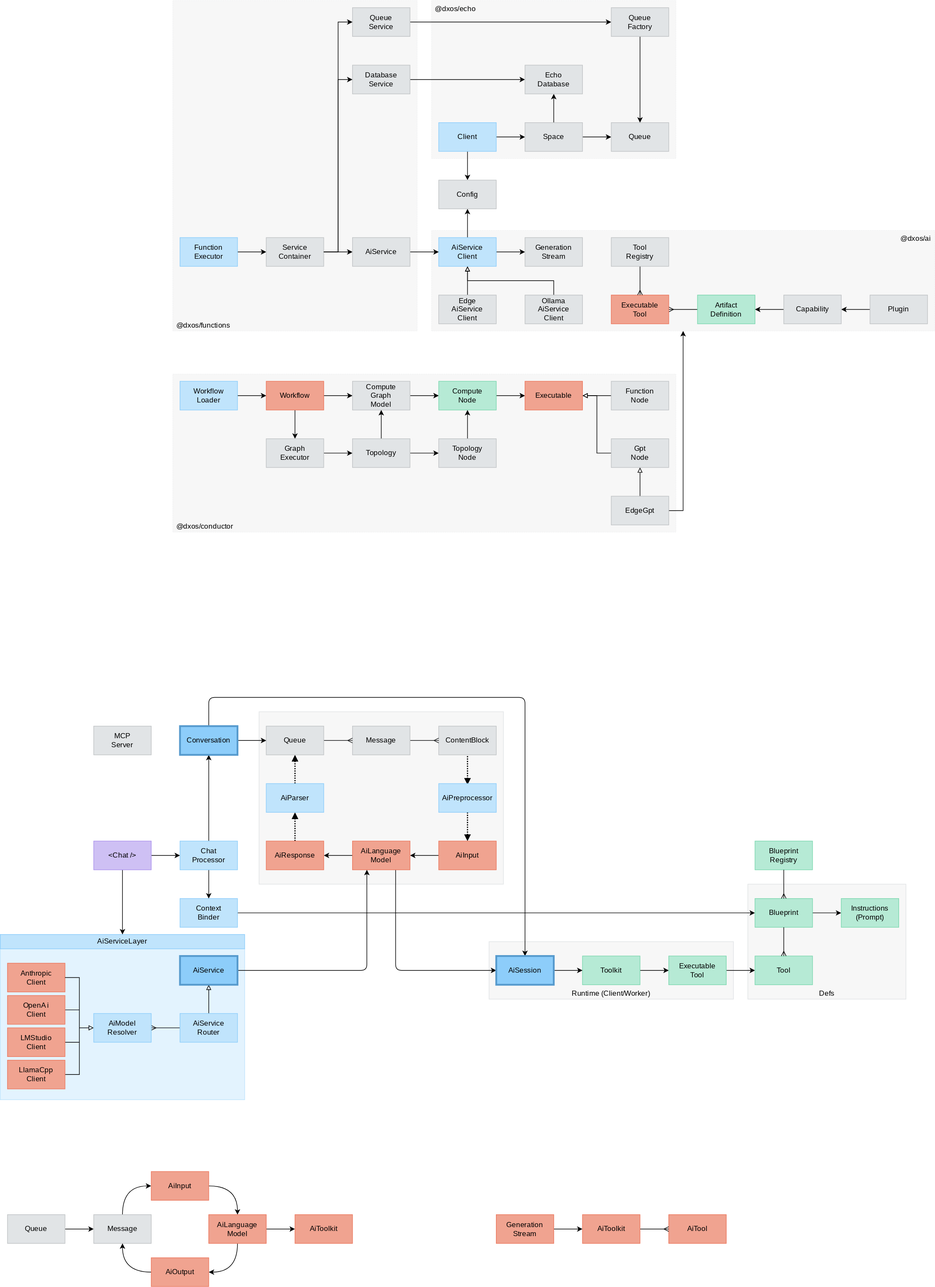
This is packages/core/ai/docs/ai.drawio.svg from dxos/dxos, a draw.io export, as it was before one commit. Source tidied: cells renumbered, new cells last; positions are measured from the earlier drawing's top-left corner, leaving out a move shared by most shapes.
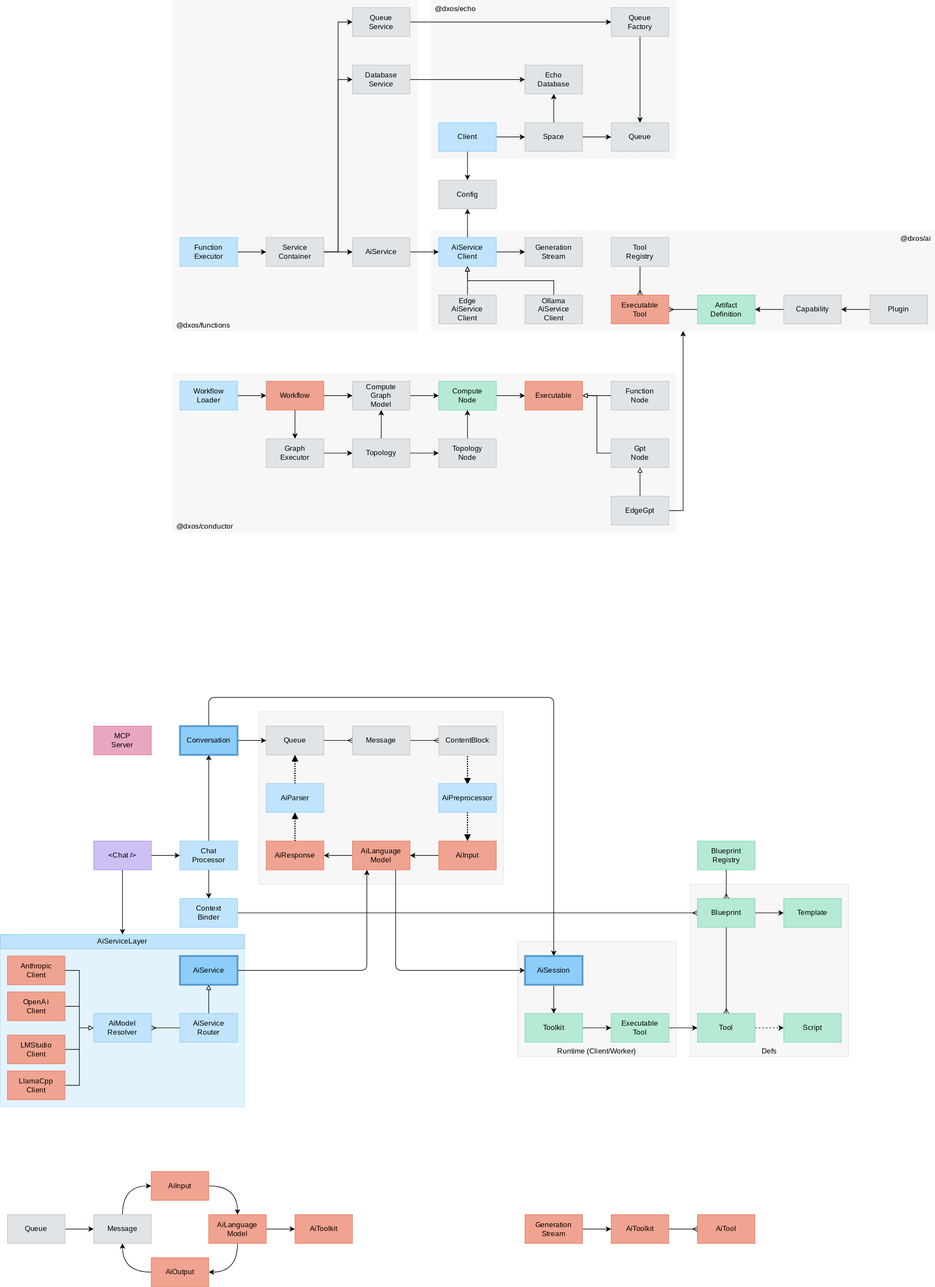
After the change.

Commit message:
docs: update AI architecture diagram with revised component layout

The edit, as a diff of the source:
```diff
@@ -6,13 +6,13 @@
       <mxGeometry x="432" y="1188" width="408" height="288" as="geometry" />
     </mxCell>
     <mxCell id="3" value="Defs" style="rounded=0;whiteSpace=wrap;html=1;fontFamily=Space Grotesk;fontSource=https%3A%2F%2Ffonts.googleapis.com%2Fcss%3Ffamily%3DSpace%2BGrotesk;fillColor=#F7F7F7;fontColor=#000000;strokeColor=#E1E4E6;verticalAlign=bottom;" parent="1" vertex="1">
-      <mxGeometry x="1248" y="1476" width="264" height="192" as="geometry" />
+      <mxGeometry x="1152" y="1476" width="264" height="288" as="geometry" />
     </mxCell>
     <mxCell id="4" value="&lt;span style=&quot;color: rgb(0, 0, 0);&quot;&gt;Runtime (Client/Worker)&lt;/span&gt;" style="rounded=0;whiteSpace=wrap;html=1;fontFamily=Space Grotesk;fontSource=https%3A%2F%2Ffonts.googleapis.com%2Fcss%3Ffamily%3DSpace%2BGrotesk;fillColor=#F7F7F7;fontColor=#000000;strokeColor=#E1E4E6;verticalAlign=bottom;" parent="1" vertex="1">
-      <mxGeometry x="816" y="1572" width="408" height="96" as="geometry" />
+      <mxGeometry x="864" y="1572" width="264" height="192" as="geometry" />
     </mxCell>
     <mxCell id="5" style="rounded=0;whiteSpace=wrap;html=1;fontFamily=Space Grotesk;fontSource=https%3A%2F%2Ffonts.googleapis.com%2Fcss%3Ffamily%3DSpace%2BGrotesk;fillColor=#E3F3FE;fontColor=#000000;strokeColor=#C0E4FC;" parent="1" vertex="1">
-      <mxGeometry y="1584" width="408" height="252" as="geometry" />
+      <mxGeometry y="1584" width="408" height="264" as="geometry" />
     </mxCell>
     <mxCell id="6" value="@dxos/conductor" style="rounded=0;whiteSpace=wrap;html=1;fontFamily=Space Grotesk;fontSource=https%3A%2F%2Ffonts.googleapis.com%2Fcss%3Ffamily%3DSpace%2BGrotesk;verticalAlign=bottom;fillColor=#F7F7F7;dashed=1;strokeWidth=0.5;align=left;spacingLeft=4;spacingRight=4;fontColor=#000000;strokeColor=#E1E4E6;" parent="1" vertex="1">
       <mxGeometry x="288" y="624" width="840" height="264" as="geometry" />
@@ -244,13 +244,13 @@
       <mxGeometry x="1020" y="396" width="96" height="48" as="geometry" />
     </mxCell>
     <mxCell id="74" value="AiTool" style="rounded=0;whiteSpace=wrap;html=1;fontFamily=Space Grotesk;fontSource=https%3A%2F%2Ffonts.googleapis.com%2Fcss%3Ffamily%3DSpace%2BGrotesk;fillColor=#F0A390;fontColor=#000000;strokeColor=#EB785E;" parent="1" vertex="1">
-      <mxGeometry x="1116" y="2028" width="96" height="48" as="geometry" />
+      <mxGeometry x="1164" y="2028" width="96" height="48" as="geometry" />
     </mxCell>
     <mxCell id="75" style="edgeStyle=none;html=1;exitX=1;exitY=0.5;exitDx=0;exitDy=0;endArrow=ERmany;endFill=0;" parent="1" edge="1" source="76" target="74">
       <mxGeometry relative="1" as="geometry" />
     </mxCell>
     <mxCell id="76" value="AiToolkit" style="rounded=0;whiteSpace=wrap;html=1;fontFamily=Space Grotesk;fontSource=https%3A%2F%2Ffonts.googleapis.com%2Fcss%3Ffamily%3DSpace%2BGrotesk;fillColor=#F0A390;fontColor=#000000;strokeColor=#EB785E;" parent="1" vertex="1">
-      <mxGeometry x="972" y="2028" width="96" height="48" as="geometry" />
+      <mxGeometry x="1020" y="2028" width="96" height="48" as="geometry" />
     </mxCell>
     <mxCell id="77" style="edgeStyle=none;html=1;" parent="1" edge="1" source="80" target="99">
       <mxGeometry relative="1" as="geometry" />
@@ -272,7 +272,7 @@
       <mxGeometry relative="1" as="geometry" />
     </mxCell>
     <mxCell id="82" value="Generation&lt;br&gt;Stream" style="rounded=0;whiteSpace=wrap;html=1;fontFamily=Space Grotesk;fontSource=https%3A%2F%2Ffonts.googleapis.com%2Fcss%3Ffamily%3DSpace%2BGrotesk;fillColor=#F0A390;fontColor=#000000;strokeColor=#EB785E;" parent="1" vertex="1">
-      <mxGeometry x="828" y="2028" width="96" height="48" as="geometry" />
+      <mxGeometry x="876" y="2028" width="96" height="48" as="geometry" />
     </mxCell>
     <mxCell id="83" style="edgeStyle=none;html=1;exitX=0;exitY=0.5;exitDx=0;exitDy=0;startArrow=block;startFill=0;endArrow=none;endFill=0;" parent="1" edge="1" source="133">
       <mxGeometry relative="1" as="geometry">
@@ -280,23 +280,23 @@
       </mxGeometry>
     </mxCell>
     <mxCell id="84" value="Anthropic&lt;br&gt;Client" style="rounded=0;whiteSpace=wrap;html=1;fontFamily=Space Grotesk;fontSource=https%3A%2F%2Ffonts.googleapis.com%2Fcss%3Ffamily%3DSpace%2BGrotesk;fillColor=#F0A390;fontColor=#000000;strokeColor=#EB785E;" parent="1" vertex="1">
-      <mxGeometry x="12" y="1608" width="96" height="48" as="geometry" />
+      <mxGeometry x="12" y="1596" width="96" height="48" as="geometry" />
     </mxCell>
     <mxCell id="85" style="edgeStyle=none;html=1;entryX=1;entryY=0.5;entryDx=0;entryDy=0;rounded=0;curved=0;startArrow=none;startFill=0;endArrow=none;endFill=0;" parent="1" edge="1" source="137" target="84">
       <mxGeometry relative="1" as="geometry">
         <Array as="points">
-          <mxPoint x="132" y="1794" />
-          <mxPoint x="132" y="1632" />
+          <mxPoint x="132" y="1812" />
+          <mxPoint x="132" y="1620" />
         </Array>
       </mxGeometry>
     </mxCell>
     <mxCell id="86" style="edgeStyle=none;html=1;exitX=1;exitY=0.5;exitDx=0;exitDy=0;endArrow=none;endFill=0;" parent="1" edge="1" source="87">
       <mxGeometry relative="1" as="geometry">
-        <mxPoint x="132" y="1740" as="targetPoint" />
+        <mxPoint x="132" y="1752" as="targetPoint" />
       </mxGeometry>
     </mxCell>
     <mxCell id="87" value="&lt;span style=&quot;background-color: transparent;&quot;&gt;LMStudio&lt;br&gt;Client&lt;/span&gt;" style="rounded=0;whiteSpace=wrap;html=1;fontFamily=Space Grotesk;fontSource=https%3A%2F%2Ffonts.googleapis.com%2Fcss%3Ffamily%3DSpace%2BGrotesk;fillColor=#F0A390;fontColor=#000000;strokeColor=#EB785E;" parent="1" vertex="1">
-      <mxGeometry x="12" y="1716" width="96" height="48" as="geometry" />
+      <mxGeometry x="12" y="1728" width="96" height="48" as="geometry" />
     </mxCell>
     <mxCell id="88" style="edgeStyle=none;html=1;dashed=1;dashPattern=1 1;strokeWidth=2;endArrow=block;endFill=1;" parent="1" edge="1" source="99" target="90">
       <mxGeometry relative="1" as="geometry" />
@@ -339,11 +339,11 @@
     </mxCell>
     <mxCell id="100" style="edgeStyle=none;html=1;exitX=1;exitY=0.5;exitDx=0;exitDy=0;endArrow=none;endFill=0;" parent="1" edge="1" source="101">
       <mxGeometry relative="1" as="geometry">
-        <mxPoint x="132" y="1686" as="targetPoint" />
+        <mxPoint x="132" y="1680" as="targetPoint" />
       </mxGeometry>
     </mxCell>
     <mxCell id="101" value="OpenA&lt;span style=&quot;background-color: transparent;&quot;&gt;i&lt;br&gt;Client&lt;/span&gt;" style="rounded=0;whiteSpace=wrap;html=1;fontFamily=Space Grotesk;fontSource=https%3A%2F%2Ffonts.googleapis.com%2Fcss%3Ffamily%3DSpace%2BGrotesk;fillColor=#F0A390;fontColor=#000000;strokeColor=#EB785E;" parent="1" vertex="1">
-      <mxGeometry x="12" y="1662" width="96" height="48" as="geometry" />
+      <mxGeometry x="12" y="1656" width="96" height="48" as="geometry" />
     </mxCell>
     <mxCell id="102" style="edgeStyle=none;html=1;exitX=1;exitY=0.5;exitDx=0;exitDy=0;" parent="1" edge="1" source="103" target="105">
       <mxGeometry relative="1" as="geometry" />
@@ -420,15 +420,15 @@
       <mxGeometry relative="1" as="geometry" />
     </mxCell>
     <mxCell id="120" value="Toolkit" style="rounded=0;whiteSpace=wrap;html=1;fontFamily=Space Grotesk;fontSource=https%3A%2F%2Ffonts.googleapis.com%2Fcss%3Ffamily%3DSpace%2BGrotesk;fillColor=#B6EAD5;fontColor=#000000;strokeColor=#7CD7AF;" parent="1" vertex="1">
-      <mxGeometry x="972" y="1596" width="96" height="48" as="geometry" />
+      <mxGeometry x="876" y="1692" width="96" height="48" as="geometry" />
     </mxCell>
     <mxCell id="121" style="edgeStyle=none;html=1;" parent="1" edge="1" source="122" target="132">
       <mxGeometry relative="1" as="geometry" />
     </mxCell>
     <mxCell id="122" value="Executable&lt;br&gt;Tool" style="rounded=0;whiteSpace=wrap;html=1;fontFamily=Space Grotesk;fontSource=https%3A%2F%2Ffonts.googleapis.com%2Fcss%3Ffamily%3DSpace%2BGrotesk;fillColor=#B6EAD5;fontColor=#000000;strokeColor=#7CD7AF;" parent="1" vertex="1">
-      <mxGeometry x="1116" y="1596" width="96" height="48" as="geometry" />
+      <mxGeometry x="1020" y="1692" width="96" height="48" as="geometry" />
     </mxCell>
-    <mxCell id="123" style="edgeStyle=none;html=1;" parent="1" edge="1" source="124" target="141">
+    <mxCell id="123" style="edgeStyle=none;html=1;endArrow=ERmany;endFill=0;" parent="1" edge="1" source="124" target="141">
       <mxGeometry relative="1" as="geometry" />
     </mxCell>
     <mxCell id="124" value="Context&lt;div&gt;Binder&lt;/div&gt;" style="rounded=0;whiteSpace=wrap;html=1;fontFamily=Space Grotesk;fontSource=https%3A%2F%2Ffonts.googleapis.com%2Fcss%3Ffamily%3DSpace%2BGrotesk;fillColor=#C0E4FC;fontColor=#000000;strokeColor=#8DCDFA;" parent="1" vertex="1">
@@ -450,7 +450,7 @@
       <mxGeometry relative="1" as="geometry">
         <Array as="points">
           <mxPoint x="348" y="1164" />
-          <mxPoint x="876" y="1164" />
+          <mxPoint x="924" y="1164" />
         </Array>
       </mxGeometry>
     </mxCell>
@@ -460,8 +460,11 @@
     <mxCell id="131" value="AiServiceLayer" style="rounded=0;whiteSpace=wrap;html=1;fontFamily=Space Grotesk;fontSource=https%3A%2F%2Ffonts.googleapis.com%2Fcss%3Ffamily%3DSpace%2BGrotesk;fillColor=#C0E4FC;fontColor=#000000;strokeColor=#8DCDFA;" parent="1" vertex="1">
       <mxGeometry y="1560" width="408" height="24" as="geometry" />
     </mxCell>
+    <mxCell id="148" style="edgeStyle=none;html=1;exitX=1;exitY=0.5;exitDx=0;exitDy=0;dashed=1;" parent="1" edge="1" source="132" target="149">
+      <mxGeometry relative="1" as="geometry" />
+    </mxCell>
     <mxCell id="132" value="Tool" style="rounded=0;whiteSpace=wrap;html=1;fontFamily=Space Grotesk;fontSource=https%3A%2F%2Ffonts.googleapis.com%2Fcss%3Ffamily%3DSpace%2BGrotesk;fillColor=#B6EAD5;fontColor=#000000;strokeColor=#7CD7AF;" parent="1" vertex="1">
-      <mxGeometry x="1260" y="1596" width="96" height="48" as="geometry" />
+      <mxGeometry x="1164" y="1692" width="96" height="48" as="geometry" />
     </mxCell>
     <mxCell id="133" value="AiModel&lt;div&gt;Resolver&lt;/div&gt;" style="rounded=0;whiteSpace=wrap;html=1;fontFamily=Space Grotesk;fontSource=https%3A%2F%2Ffonts.googleapis.com%2Fcss%3Ffamily%3DSpace%2BGrotesk;fillColor=#C0E4FC;fontColor=#000000;strokeColor=#8DCDFA;" parent="1" vertex="1">
       <mxGeometry x="156" y="1692" width="96" height="48" as="geometry" />
@@ -476,28 +479,28 @@
       <mxGeometry x="156" y="1404" width="96" height="48" as="geometry" />
     </mxCell>
     <mxCell id="137" value="&lt;span style=&quot;background-color: transparent;&quot;&gt;LlamaCpp&lt;br&gt;Client&lt;/span&gt;" style="rounded=0;whiteSpace=wrap;html=1;fontFamily=Space Grotesk;fontSource=https%3A%2F%2Ffonts.googleapis.com%2Fcss%3Ffamily%3DSpace%2BGrotesk;fillColor=#F0A390;fontColor=#000000;strokeColor=#EB785E;" parent="1" vertex="1">
-      <mxGeometry x="12" y="1770" width="96" height="48" as="geometry" />
+      <mxGeometry x="12" y="1788" width="96" height="48" as="geometry" />
     </mxCell>
     <mxCell id="138" style="edgeStyle=none;html=1;" parent="1" edge="1" source="139" target="120">
       <mxGeometry relative="1" as="geometry" />
     </mxCell>
     <mxCell id="139" value="AiSession" style="rounded=0;whiteSpace=wrap;html=1;fontFamily=Space Grotesk;fontSource=https%3A%2F%2Ffonts.googleapis.com%2Fcss%3Ffamily%3DSpace%2BGrotesk;fillColor=#8DCDFA;fontColor=#000000;strokeColor=#569ACD;fontStyle=0;strokeWidth=3;" parent="1" vertex="1">
-      <mxGeometry x="828" y="1596" width="96" height="48" as="geometry" />
+      <mxGeometry x="876" y="1596" width="96" height="48" as="geometry" />
     </mxCell>
     <mxCell id="140" style="edgeStyle=none;html=1;exitX=1;exitY=0.5;exitDx=0;exitDy=0;" parent="1" edge="1" source="141" target="142">
       <mxGeometry relative="1" as="geometry" />
     </mxCell>
     <mxCell id="141" value="Blueprint" style="rounded=0;whiteSpace=wrap;html=1;fontFamily=Space Grotesk;fontSource=https%3A%2F%2Ffonts.googleapis.com%2Fcss%3Ffamily%3DSpace%2BGrotesk;fillColor=#B6EAD5;fontColor=#000000;strokeColor=#7CD7AF;" parent="1" vertex="1">
-      <mxGeometry x="1260" y="1500" width="96" height="48" as="geometry" />
+      <mxGeometry x="1164" y="1500" width="96" height="48" as="geometry" />
     </mxCell>
-    <mxCell id="142" value="Instructions&lt;div&gt;(Prompt)&lt;/div&gt;" style="rounded=0;whiteSpace=wrap;html=1;fontFamily=Space Grotesk;fontSource=https%3A%2F%2Ffonts.googleapis.com%2Fcss%3Ffamily%3DSpace%2BGrotesk;fillColor=#B6EAD5;fontColor=#000000;strokeColor=#7CD7AF;" parent="1" vertex="1">
-      <mxGeometry x="1404" y="1500" width="96" height="48" as="geometry" />
+    <mxCell id="142" value="Template" style="rounded=0;whiteSpace=wrap;html=1;fontFamily=Space Grotesk;fontSource=https%3A%2F%2Ffonts.googleapis.com%2Fcss%3Ffamily%3DSpace%2BGrotesk;fillColor=#B6EAD5;fontColor=#000000;strokeColor=#7CD7AF;" parent="1" vertex="1">
+      <mxGeometry x="1308" y="1500" width="96" height="48" as="geometry" />
     </mxCell>
-    <mxCell id="143" value="MCP&lt;br&gt;Server" style="rounded=0;whiteSpace=wrap;html=1;fontFamily=Space Grotesk;fontSource=https%3A%2F%2Ffonts.googleapis.com%2Fcss%3Ffamily%3DSpace%2BGrotesk;fillColor=#E1E4E6;fontColor=#000000;strokeColor=#C0C3C5;" parent="1" vertex="1">
+    <mxCell id="143" value="MCP&lt;br&gt;Server" style="rounded=0;whiteSpace=wrap;html=1;fontFamily=Space Grotesk;fontSource=https%3A%2F%2Ffonts.googleapis.com%2Fcss%3Ffamily%3DSpace%2BGrotesk;fillColor=#E8A7C0;fontColor=#000000;strokeColor=#DD759B;" parent="1" vertex="1">
       <mxGeometry x="156" y="1212" width="96" height="48" as="geometry" />
     </mxCell>
     <mxCell id="144" value="Blueprint&lt;div&gt;Registry&lt;/div&gt;" style="rounded=0;whiteSpace=wrap;html=1;fontFamily=Space Grotesk;fontSource=https%3A%2F%2Ffonts.googleapis.com%2Fcss%3Ffamily%3DSpace%2BGrotesk;fillColor=#B6EAD5;fontColor=#000000;strokeColor=#7CD7AF;" parent="1" vertex="1">
-      <mxGeometry x="1260" y="1404" width="96" height="48" as="geometry" />
+      <mxGeometry x="1164" y="1404" width="96" height="48" as="geometry" />
     </mxCell>
     <mxCell id="145" style="edgeStyle=none;html=1;endArrow=ERmany;endFill=0;" parent="1" edge="1" source="141" target="132">
       <mxGeometry relative="1" as="geometry" />
@@ -508,5 +511,8 @@
     <mxCell id="147" value="AiPreprocessor" style="rounded=0;whiteSpace=wrap;html=1;fontFamily=Space Grotesk;fontSource=https%3A%2F%2Ffonts.googleapis.com%2Fcss%3Ffamily%3DSpace%2BGrotesk;fillColor=#C0E4FC;fontColor=#000000;strokeColor=#8DCDFA;" parent="1" vertex="1">
       <mxGeometry x="732" y="1308" width="96" height="48" as="geometry" />
     </mxCell>
+    <mxCell id="149" value="Script" style="rounded=0;whiteSpace=wrap;html=1;fontFamily=Space Grotesk;fontSource=https%3A%2F%2Ffonts.googleapis.com%2Fcss%3Ffamily%3DSpace%2BGrotesk;fillColor=#B6EAD5;fontColor=#000000;strokeColor=#7CD7AF;" parent="1" vertex="1">
+      <mxGeometry x="1308" y="1692" width="96" height="48" as="geometry" />
+    </mxCell>
   </root>
 </mxGraphModel>
```
